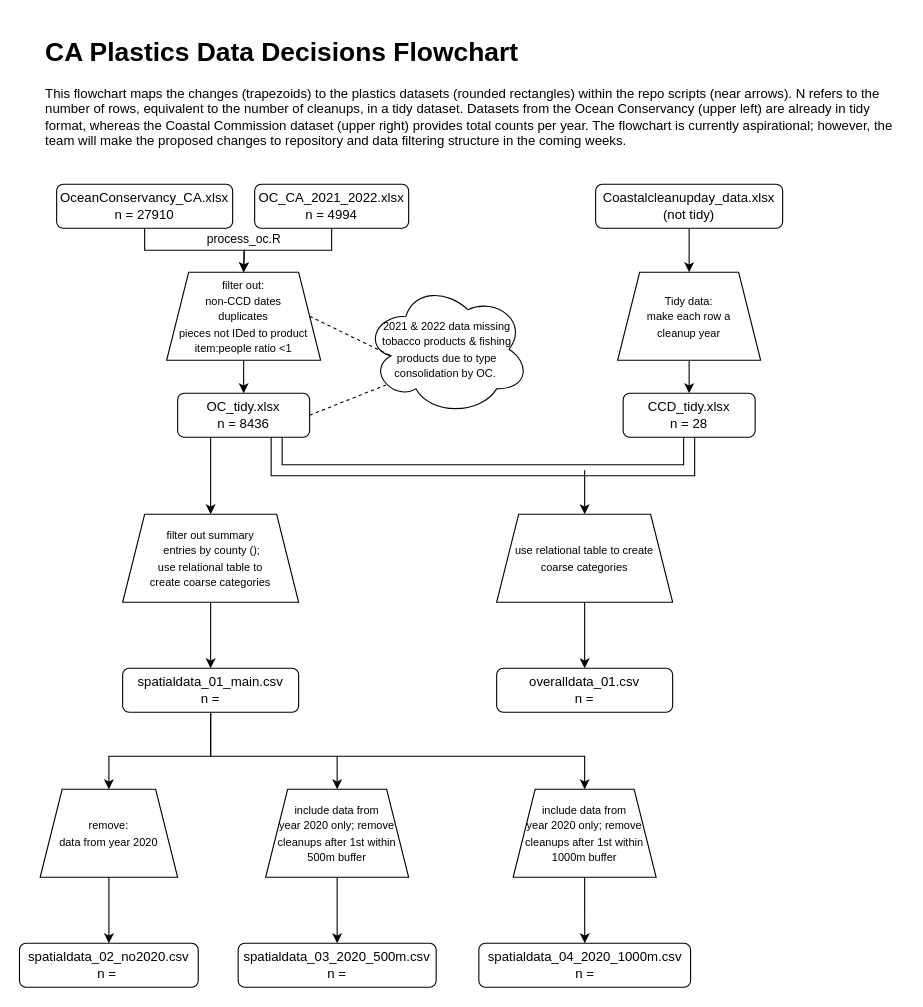
Earlier version of the draw.io diagram figures/Untitled Diagram.drawio (cclatterbuck/CAplastics). Source tidied: cells renumbered, new cells numbered last; positions are measured from the earlier drawing's top-left corner, leaving out a move shared by most shapes. Both pictures are drawn from the tidied source at 110%, with x=0, y=0 at pixel (19, 30).
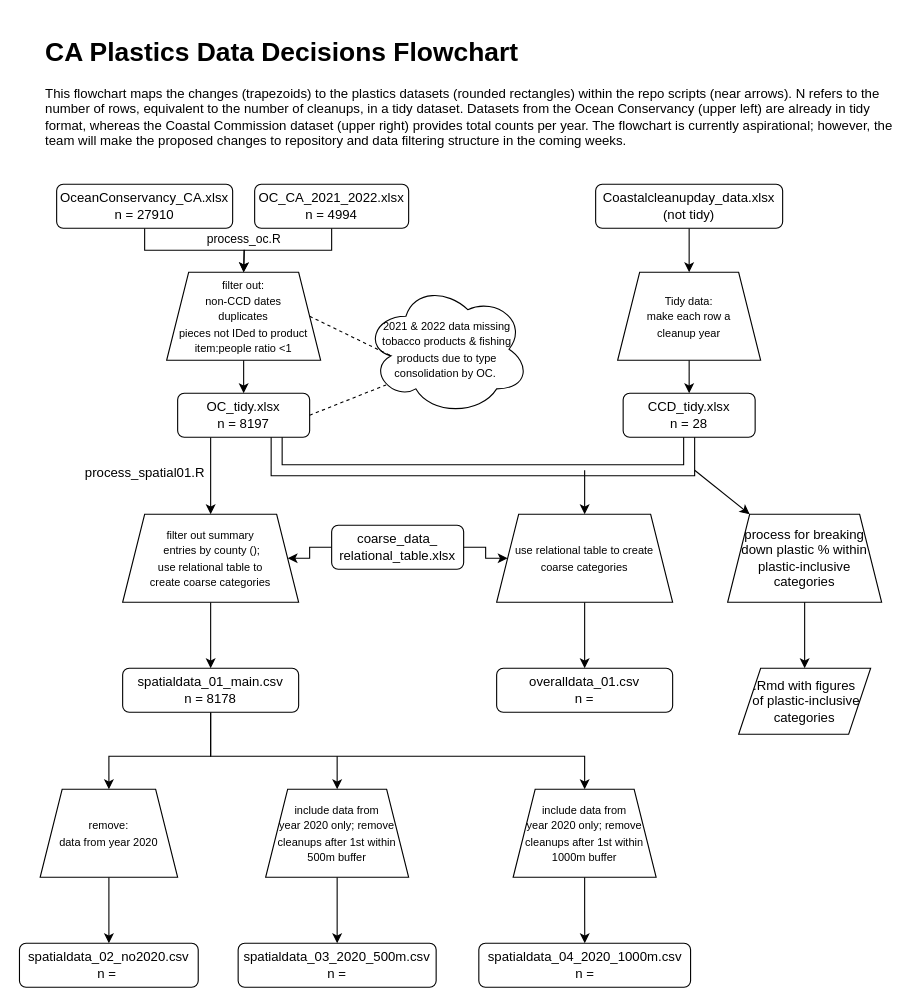
Above is the later version.

Commit message:
add spatial01 detail & future .Rmd

Unchanged cells that the change refers to:
```xml
<mxCell id="3" value="&lt;font style=&quot;font-size: 10px;&quot;&gt;use relational table to create coarse categories&lt;/font&gt;" style="shape=trapezoid;perimeter=trapezoidPerimeter;whiteSpace=wrap;html=1;fixedSize=1;" parent="1" vertex="1">
  <mxGeometry x="434" y="440" width="160" height="80" as="geometry" />
</mxCell>
<mxCell id="19" value="&lt;font style=&quot;font-size: 10px;&quot;&gt;filter out summary&lt;br&gt;&amp;nbsp;entries by county ();&lt;br&gt;&lt;/font&gt;&lt;font style=&quot;font-size: 10px;&quot;&gt;use relational table to &lt;br&gt;create coarse categories&lt;/font&gt;" style="shape=trapezoid;perimeter=trapezoidPerimeter;whiteSpace=wrap;html=1;fixedSize=1;rounded=0;" parent="1" vertex="1">
  <mxGeometry x="94" y="440" width="160" height="80" as="geometry" />
</mxCell>
```

The edit, as a diff of the source:
```diff
@@
-    <mxCell id="11" value="OC_tidy.xlsx&lt;br&gt;n = 8436" style="rounded=1;whiteSpace=wrap;html=1;" parent="1" vertex="1">
+    <mxCell id="11" value="OC_tidy.xlsx&lt;br&gt;n = 8197" style="rounded=1;whiteSpace=wrap;html=1;" parent="1" vertex="1">
       <mxGeometry x="144" y="330" width="120" height="40" as="geometry" />
     </mxCell>
@@
-    <mxCell id="22" value="spatialdata_01_main.csv&lt;br&gt;n =" style="rounded=1;whiteSpace=wrap;html=1;fontSize=12;glass=0;strokeWidth=1;shadow=0;" parent="1" vertex="1">
+    <mxCell id="22" value="spatialdata_01_main.csv&lt;br&gt;n = 8178" style="rounded=1;whiteSpace=wrap;html=1;fontSize=12;glass=0;strokeWidth=1;shadow=0;" parent="1" vertex="1">
       <mxGeometry x="94" y="580" width="160" height="40" as="geometry" />
     </mxCell>
@@
+    <mxCell id="39" style="edgeStyle=orthogonalEdgeStyle;rounded=0;jettySize=auto;html=1;" parent="1" edge="1" source="41" target="3">
+      <mxGeometry relative="1" as="geometry" />
+    </mxCell>
+    <mxCell id="40" style="edgeStyle=orthogonalEdgeStyle;rounded=0;jettySize=auto;html=1;" parent="1" edge="1" source="41" target="19">
+      <mxGeometry relative="1" as="geometry" />
+    </mxCell>
+    <mxCell id="41" value="coarse_data_&lt;br&gt;relational_table.xlsx" style="rounded=1;whiteSpace=wrap;html=1;" parent="1" vertex="1">
+      <mxGeometry x="284" y="450" width="120" height="40" as="geometry" />
+    </mxCell>
+    <mxCell id="42" value="process_spatial01.R" style="text;html=1;align=center;verticalAlign=middle;strokeColor=none;fillColor=none;" parent="1" vertex="1">
+      <mxGeometry x="49" y="388" width="130" height="30" as="geometry" />
+    </mxCell>
+    <mxCell id="43" style="endArrow=classic;html=1;rounded=0;" parent="1" edge="1" target="44">
+      <mxGeometry relative="1" as="geometry">
+        <mxPoint x="614" y="400" as="sourcePoint" />
+      </mxGeometry>
+    </mxCell>
+    <mxCell id="44" value="process for breaking down plastic % within plastic-inclusive categories" style="shape=trapezoid;perimeter=trapezoidPerimeter;whiteSpace=wrap;html=1;fixedSize=1;" parent="1" vertex="1">
+      <mxGeometry x="644" y="440" width="140" height="80" as="geometry" />
+    </mxCell>
+    <mxCell id="45" style="endArrow=classic;html=1;rounded=0;exitX=0.5;exitY=1;exitDx=0;exitDy=0;" parent="1" edge="1" source="44">
+      <mxGeometry relative="1" as="geometry">
+        <mxPoint x="714" y="580" as="targetPoint" />
+      </mxGeometry>
+    </mxCell>
+    <mxCell id="46" value="&lt;font style=&quot;font-size: 12px;&quot;&gt;.Rmd with figures&lt;br&gt;&amp;nbsp;of plastic-inclusive categories&lt;/font&gt;" style="shape=parallelogram;perimeter=parallelogramPerimeter;whiteSpace=wrap;html=1;fixedSize=1;" parent="1" vertex="1">
+      <mxGeometry x="654" y="580" width="120" height="60" as="geometry" />
+    </mxCell>
```
